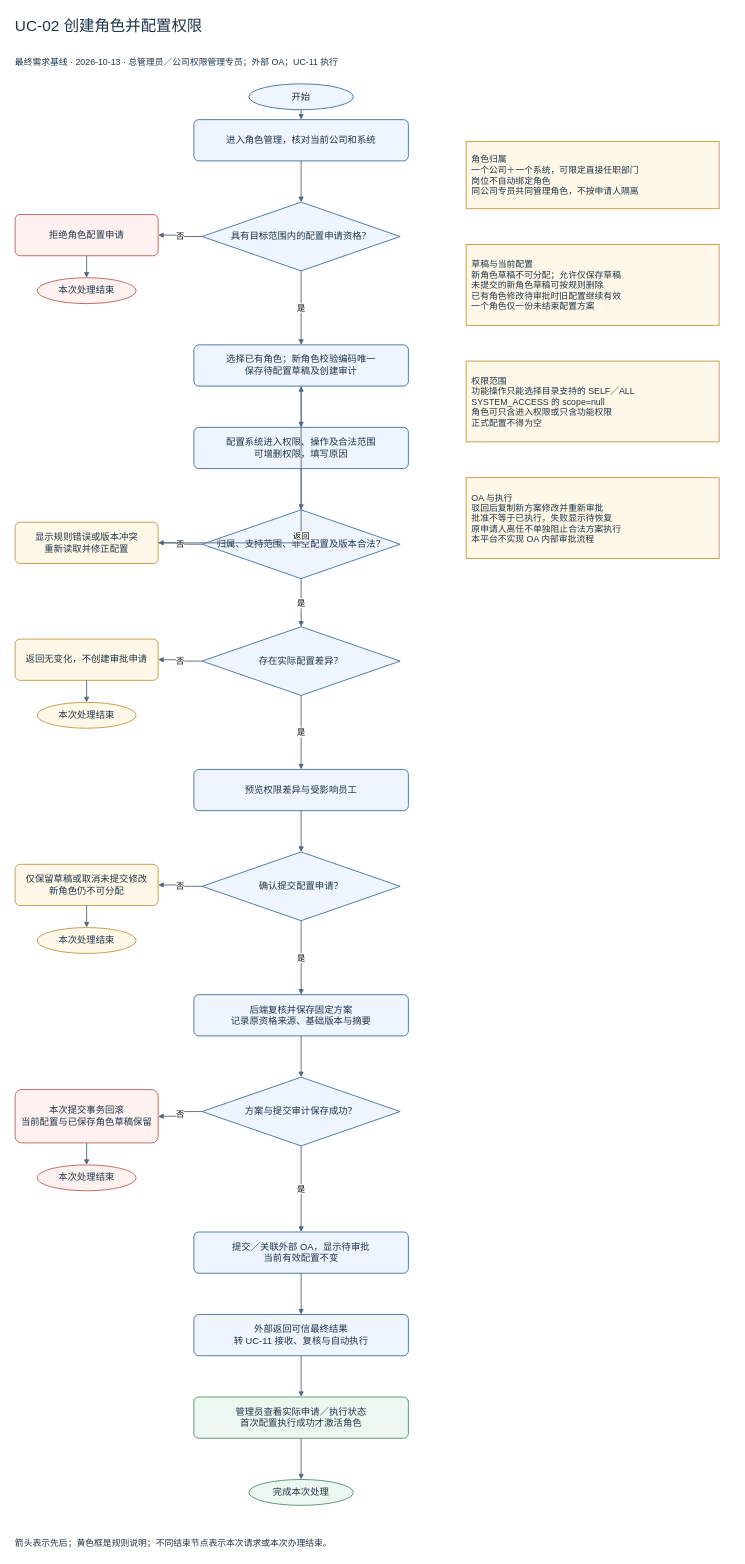
Above: page "UC-02 创建角色并配置权限" (2 of 14) of docs/flows-v1/权限管理系统_全部流程图.drawio in Noah-hope/RBAC-admin (draw.io), before the change. Source tidied: cells renumbered, new cells numbered last; positions are measured from the earlier drawing's top-left corner, leaving out a move shared by most shapes. Both pictures are drawn from the tidied source at 55%, with x=0, y=0 at pixel (9, 9).
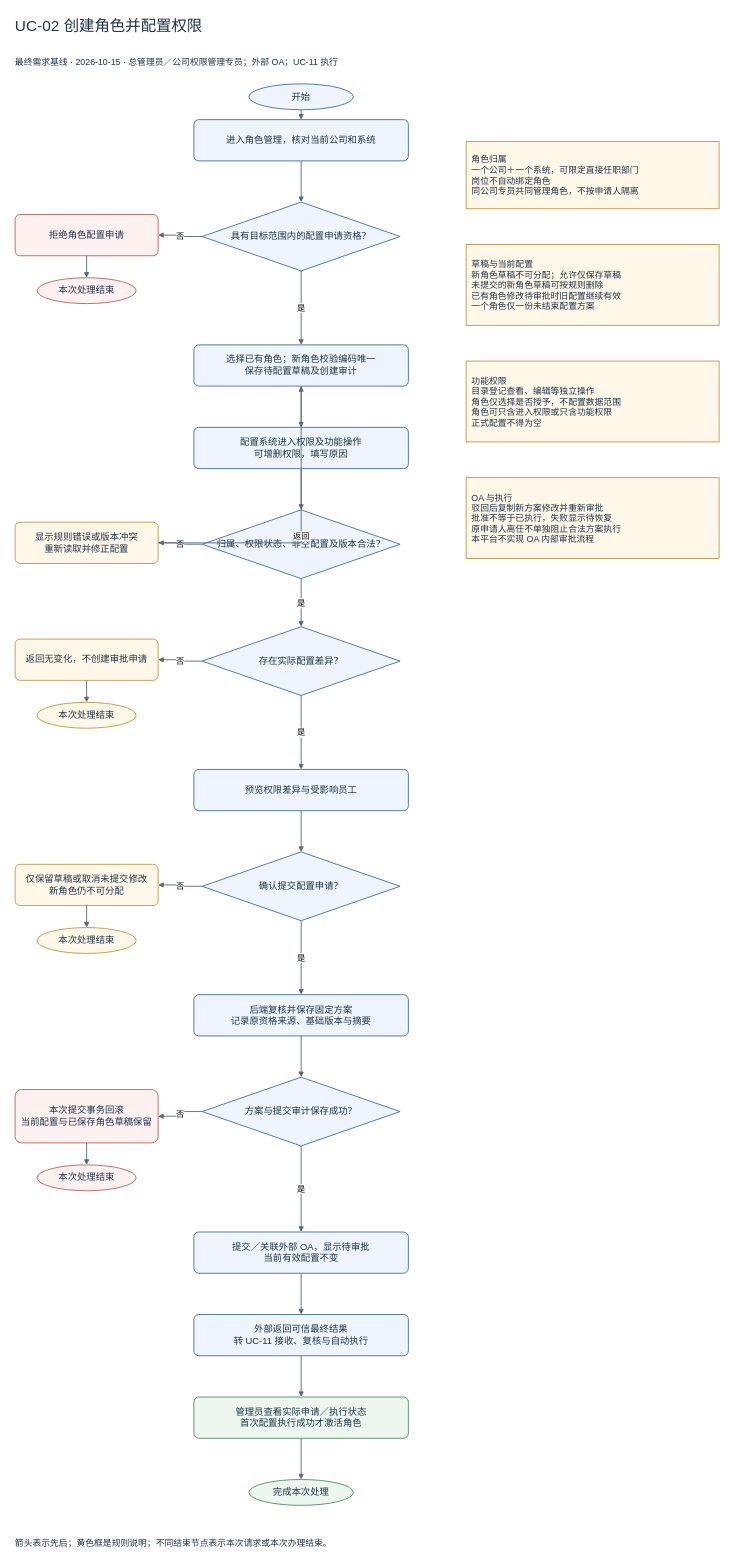
After the change.

The edit, as a diff of the source:
```diff
@@
-    <mxCell id="3" value="最终需求基线 · 2026-10-13 · 总管理员／公司权限管理专员；外部 OA；UC-11 执行" style="text;html=1;whiteSpace=wrap;fontFamily=Microsoft YaHei;fontSize=17;fontColor=#1e3449;align=center;verticalAlign=middle;spacing=10;fillColor=#eef5ff;strokeColor=#32649a;strokeWidth=1.5;fillColor=none;strokeColor=none;align=left;fontSize=16;" parent="1" vertex="1">
+    <mxCell id="3" value="最终需求基线 · 2026-10-15 · 总管理员／公司权限管理专员；外部 OA；UC-11 执行" style="text;html=1;whiteSpace=wrap;fontFamily=Microsoft YaHei;fontSize=17;fontColor=#1e3449;align=center;verticalAlign=middle;spacing=10;fillColor=#eef5ff;strokeColor=#32649a;strokeWidth=1.5;fillColor=none;strokeColor=none;align=left;fontSize=16;" parent="1" vertex="1">
       <mxGeometry y="70" width="1320" height="50" as="geometry" />
     </mxCell>
@@
-    <mxCell id="10" value="配置系统进入权限、操作及合法范围&lt;br&gt;可增删权限，填写原因" style="rounded=1;arcSize=12;html=1;whiteSpace=wrap;fontFamily=Microsoft YaHei;fontSize=17;fontColor=#1e3449;align=center;verticalAlign=middle;spacing=10;fillColor=#eef5ff;strokeColor=#32649a;strokeWidth=1.5;" parent="1" vertex="1">
+    <mxCell id="10" value="配置系统进入权限及功能操作&lt;br&gt;可增删权限，填写原因" style="rounded=1;arcSize=12;html=1;whiteSpace=wrap;fontFamily=Microsoft YaHei;fontSize=17;fontColor=#1e3449;align=center;verticalAlign=middle;spacing=10;fillColor=#eef5ff;strokeColor=#32649a;strokeWidth=1.5;" parent="1" vertex="1">
       <mxGeometry x="335" y="759.5" width="390" height="75" as="geometry" />
     </mxCell>
-    <mxCell id="11" value="归属、支持范围、非空配置及版本合法？" style="rhombus;html=1;whiteSpace=wrap;fontFamily=Microsoft YaHei;fontSize=17;fontColor=#1e3449;align=center;verticalAlign=middle;spacing=10;fillColor=#eef5ff;strokeColor=#32649a;strokeWidth=1.5;" parent="1" vertex="1">
+    <mxCell id="11" value="归属、权限状态、非空配置及版本合法？" style="rhombus;html=1;whiteSpace=wrap;fontFamily=Microsoft YaHei;fontSize=17;fontColor=#1e3449;align=center;verticalAlign=middle;spacing=10;fillColor=#eef5ff;strokeColor=#32649a;strokeWidth=1.5;" parent="1" vertex="1">
       <mxGeometry x="350" y="909.5" width="360" height="125" as="geometry" />
     </mxCell>
@@
-    <mxCell id="30" value="权限范围&lt;br&gt;功能操作只能选择目录支持的 SELF／ALL&lt;br&gt;SYSTEM_ACCESS 的 scope=null&lt;br&gt;角色可只含进入权限或只含功能权限&lt;br&gt;正式配置不得为空" style="rounded=0;html=1;whiteSpace=wrap;fontFamily=Microsoft YaHei;fontSize=17;fontColor=#1e3449;align=center;verticalAlign=middle;spacing=10;fillColor=#fff8e8;strokeColor=#bc9036;strokeWidth=1.5;align=left;fontSize=16;" parent="1" vertex="1">
+    <mxCell id="30" value="功能权限&lt;br&gt;目录登记查看、编辑等独立操作&lt;br&gt;角色仅选择是否授予，不配置数据范围&lt;br&gt;角色可只含进入权限或只含功能权限&lt;br&gt;正式配置不得为空" style="rounded=0;html=1;whiteSpace=wrap;fontFamily=Microsoft YaHei;fontSize=17;fontColor=#1e3449;align=center;verticalAlign=middle;spacing=10;fillColor=#fff8e8;strokeColor=#bc9036;strokeWidth=1.5;align=left;fontSize=16;" parent="1" vertex="1">
       <mxGeometry x="830" y="639" width="460" height="147" as="geometry" />
     </mxCell>
```
